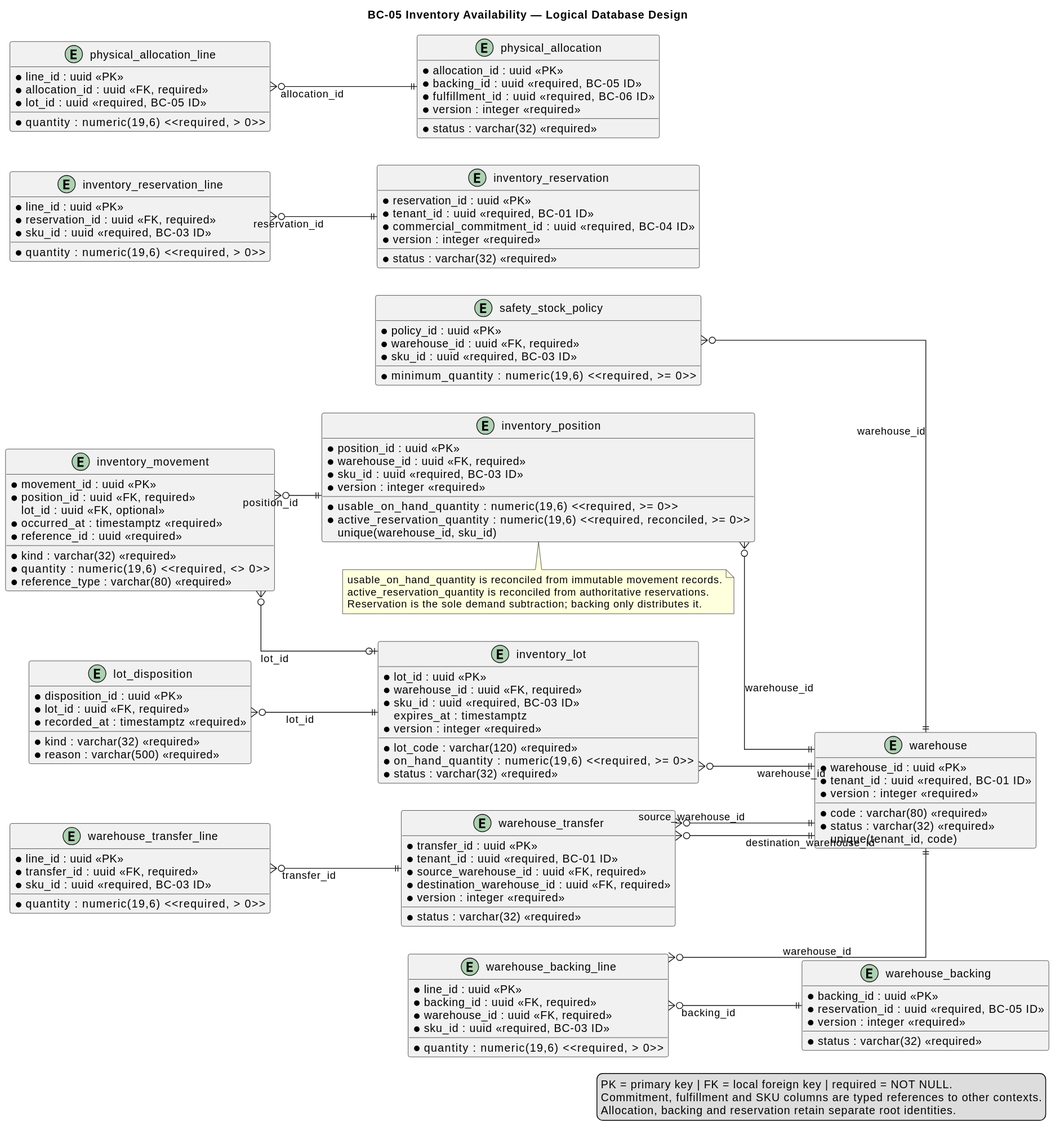
Earlier version of the PlantUML export report/assets/chapter-2/tactical/BC-05/database-diagram.svg (nexa-suite/mobile-report). The source it was exported from:
```plantuml
@startuml
title BC-05 Inventory Availability — Logical Database Design
left to right direction
skinparam shadowing false
skinparam linetype ortho
skinparam entity {
  BackgroundColor #F8FAFC
  BorderColor #334155
  FontColor #0F172A
}

entity "warehouse" as warehouse {
  * warehouse_id : uuid <<PK>>
  * tenant_id : uuid <<required, BC-01 ID>>
  * code : varchar(80) <<required>>
  * status : varchar(32) <<required>>
  * version : integer <<required>>
    unique(tenant_id, code)
}

entity "safety_stock_policy" as safety_stock_policy {
  * policy_id : uuid <<PK>>
  * warehouse_id : uuid <<FK, required>>
  * sku_id : uuid <<required, BC-03 ID>>
  * minimum_quantity : numeric(19,6) <<required, >= 0>>
}

entity "inventory_position" as inventory_position {
  * position_id : uuid <<PK>>
  * warehouse_id : uuid <<FK, required>>
  * sku_id : uuid <<required, BC-03 ID>>
  * usable_on_hand_quantity : numeric(19,6) <<required, >= 0>>
  * active_reservation_quantity : numeric(19,6) <<required, reconciled, >= 0>>
  * version : integer <<required>>
    unique(warehouse_id, sku_id)
}

entity "inventory_movement" as inventory_movement {
  * movement_id : uuid <<PK>>
  * position_id : uuid <<FK, required>>
    lot_id : uuid <<FK, optional>>
  * kind : varchar(32) <<required>>
  * quantity : numeric(19,6) <<required, <> 0>>
  * occurred_at : timestamptz <<required>>
  * reference_type : varchar(80) <<required>>
  * reference_id : uuid <<required>>
}

entity "inventory_lot" as inventory_lot {
  * lot_id : uuid <<PK>>
  * warehouse_id : uuid <<FK, required>>
  * sku_id : uuid <<required, BC-03 ID>>
  * lot_code : varchar(120) <<required>>
    expires_at : timestamptz
  * on_hand_quantity : numeric(19,6) <<required, >= 0>>
  * status : varchar(32) <<required>>
  * version : integer <<required>>
}

entity "lot_disposition" as lot_disposition {
  * disposition_id : uuid <<PK>>
  * lot_id : uuid <<FK, required>>
  * kind : varchar(32) <<required>>
  * reason : varchar(500) <<required>>
  * recorded_at : timestamptz <<required>>
}

entity "inventory_reservation" as inventory_reservation {
  * reservation_id : uuid <<PK>>
  * tenant_id : uuid <<required, BC-01 ID>>
  * commercial_commitment_id : uuid <<required, BC-04 ID>>
  * status : varchar(32) <<required>>
  * version : integer <<required>>
}

entity "inventory_reservation_line" as inventory_reservation_line {
  * line_id : uuid <<PK>>
  * reservation_id : uuid <<FK, required>>
  * sku_id : uuid <<required, BC-03 ID>>
  * quantity : numeric(19,6) <<required, > 0>>
}

entity "warehouse_backing" as warehouse_backing {
  * backing_id : uuid <<PK>>
  * reservation_id : uuid <<required, BC-05 ID>>
  * status : varchar(32) <<required>>
  * version : integer <<required>>
}

entity "warehouse_backing_line" as warehouse_backing_line {
  * line_id : uuid <<PK>>
  * backing_id : uuid <<FK, required>>
  * warehouse_id : uuid <<FK, required>>
  * sku_id : uuid <<required, BC-03 ID>>
  * quantity : numeric(19,6) <<required, > 0>>
}

entity "physical_allocation" as physical_allocation {
  * allocation_id : uuid <<PK>>
  * backing_id : uuid <<required, BC-05 ID>>
  * fulfillment_id : uuid <<required, BC-06 ID>>
  * status : varchar(32) <<required>>
  * version : integer <<required>>
}

entity "physical_allocation_line" as physical_allocation_line {
  * line_id : uuid <<PK>>
  * allocation_id : uuid <<FK, required>>
  * lot_id : uuid <<required, BC-05 ID>>
  * quantity : numeric(19,6) <<required, > 0>>
}

entity "warehouse_transfer" as warehouse_transfer {
  * transfer_id : uuid <<PK>>
  * tenant_id : uuid <<required, BC-01 ID>>
  * source_warehouse_id : uuid <<FK, required>>
  * destination_warehouse_id : uuid <<FK, required>>
  * status : varchar(32) <<required>>
  * version : integer <<required>>
}

entity "warehouse_transfer_line" as warehouse_transfer_line {
  * line_id : uuid <<PK>>
  * transfer_id : uuid <<FK, required>>
  * sku_id : uuid <<required, BC-03 ID>>
  * quantity : numeric(19,6) <<required, > 0>>
}

safety_stock_policy }o--|| warehouse : warehouse_id
inventory_position }o--|| warehouse : warehouse_id
inventory_movement }o--|| inventory_position : position_id
inventory_movement }o--o| inventory_lot : lot_id
inventory_lot }o--|| warehouse : warehouse_id
lot_disposition }o--|| inventory_lot : lot_id
inventory_reservation_line }o--|| inventory_reservation : reservation_id
warehouse_backing_line }o--|| warehouse_backing : backing_id
warehouse_backing_line }o--|| warehouse : warehouse_id
physical_allocation_line }o--|| physical_allocation : allocation_id
warehouse_transfer }o--|| warehouse : source_warehouse_id
warehouse_transfer }o--|| warehouse : destination_warehouse_id
warehouse_transfer_line }o--|| warehouse_transfer : transfer_id

note bottom of inventory_position
usable_on_hand_quantity is reconciled from immutable movement records.
active_reservation_quantity is reconciled from authoritative reservations.
Reservation is the sole demand subtraction; backing only distributes it.
end note

legend right
PK = primary key | FK = local foreign key | required = NOT NULL.
Commitment, fulfillment and SKU columns are typed references to other contexts.
Allocation, backing and reservation retain separate root identities.
endlegend
@enduml
```
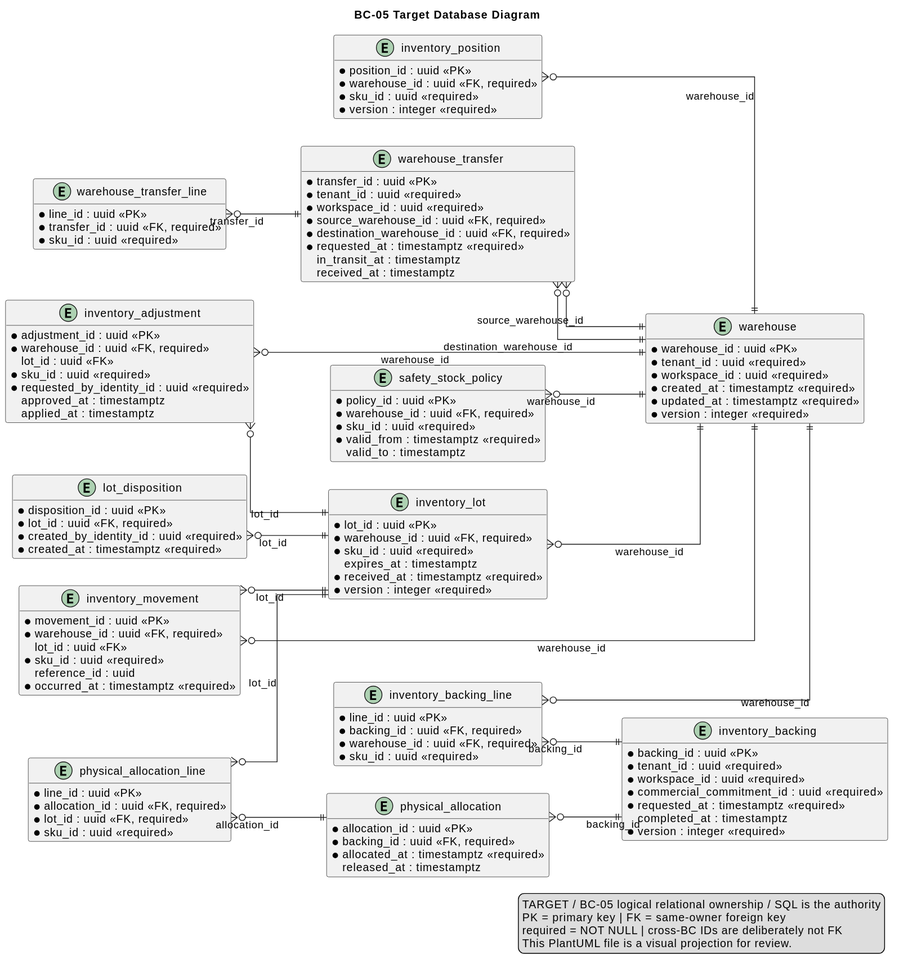
After the commit.

Diff of the diagram source:
```diff
@@ -1,6 +1,7 @@
 @startuml
-title BC-05 Inventory Availability — Logical Database Design
+title BC-05 Target Database Diagram
 left to right direction
+hide methods
 skinparam shadowing false
 skinparam linetype ortho
 skinparam entity {
@@ -9,146 +10,164 @@
   FontColor #0F172A
 }
 
-entity "warehouse" as warehouse {
+entity "warehouse" as t_warehouse {
   * warehouse_id : uuid <<PK>>
-  * tenant_id : uuid <<required, BC-01 ID>>
+  * tenant_id : uuid <<required>>
+  * workspace_id : uuid <<required>>
   * code : varchar(80) <<required>>
+  * name : varchar(160) <<required>>
   * status : varchar(32) <<required>>
-  * version : integer <<required>>
-    unique(tenant_id, code)
-}
-
-entity "safety_stock_policy" as safety_stock_policy {
-  * policy_id : uuid <<PK>>
-  * warehouse_id : uuid <<FK, required>>
-  * sku_id : uuid <<required, BC-03 ID>>
-  * minimum_quantity : numeric(19,6) <<required, >= 0>>
-}
-
-entity "inventory_position" as inventory_position {
-  * position_id : uuid <<PK>>
-  * warehouse_id : uuid <<FK, required>>
-  * sku_id : uuid <<required, BC-03 ID>>
-  * usable_on_hand_quantity : numeric(19,6) <<required, >= 0>>
-  * active_reservation_quantity : numeric(19,6) <<required, reconciled, >= 0>>
-  * version : integer <<required>>
-    unique(warehouse_id, sku_id)
-}
-
-entity "inventory_movement" as inventory_movement {
-  * movement_id : uuid <<PK>>
-  * position_id : uuid <<FK, required>>
-    lot_id : uuid <<FK, optional>>
-  * kind : varchar(32) <<required>>
-  * quantity : numeric(19,6) <<required, <> 0>>
-  * occurred_at : timestamptz <<required>>
-  * reference_type : varchar(80) <<required>>
-  * reference_id : uuid <<required>>
-}
-
-entity "inventory_lot" as inventory_lot {
-  * lot_id : uuid <<PK>>
-  * warehouse_id : uuid <<FK, required>>
-  * sku_id : uuid <<required, BC-03 ID>>
-  * lot_code : varchar(120) <<required>>
-    expires_at : timestamptz
-  * on_hand_quantity : numeric(19,6) <<required, >= 0>>
-  * status : varchar(32) <<required>>
+  * timezone : varchar(80) <<required>>
+  * created_at : timestamptz <<required>>
+  * updated_at : timestamptz <<required>>
   * version : integer <<required>>
 }
 
-entity "lot_disposition" as lot_disposition {
+entity "inventory_lot" as t_inventory_lot {
+  * lot_id : uuid <<PK>>
+  * warehouse_id : uuid <<FK, required>>
+  * sku_id : uuid <<required>>
+  * lot_code : varchar(120) <<required>>
+    expires_at : timestamptz
+  * on_hand_quantity : numeric(19,6) <<required>>
+  * held_quantity : numeric(19,6) <<required>>
+  * status : varchar(32) <<required>>
+  * received_at : timestamptz <<required>>
+  * version : integer <<required>>
+}
+
+entity "inventory_position" as t_inventory_position {
+  * position_id : uuid <<PK>>
+  * warehouse_id : uuid <<FK, required>>
+  * sku_id : uuid <<required>>
+  * on_hand_quantity : numeric(19,6) <<required>>
+  * reserved_quantity : numeric(19,6) <<required>>
+  * held_quantity : numeric(19,6) <<required>>
+  * version : integer <<required>>
+}
+
+entity "inventory_movement" as t_inventory_movement {
+  * movement_id : uuid <<PK>>
+  * warehouse_id : uuid <<FK, required>>
+    lot_id : uuid <<FK>>
+  * sku_id : uuid <<required>>
+  * kind : varchar(32) <<required>>
+  * quantity : numeric(19,6) <<required>>
+    reference_type : varchar(80)
+    reference_id : uuid
+  * occurred_at : timestamptz <<required>>
+}
+
+entity "safety_stock_policy" as t_safety_stock_policy {
+  * policy_id : uuid <<PK>>
+  * warehouse_id : uuid <<FK, required>>
+  * sku_id : uuid <<required>>
+  * minimum_quantity : numeric(19,6) <<required>>
+  * valid_from : timestamptz <<required>>
+    valid_to : timestamptz
+}
+
+entity "inventory_backing" as t_inventory_backing {
+  * backing_id : uuid <<PK>>
+  * tenant_id : uuid <<required>>
+  * workspace_id : uuid <<required>>
+  * commercial_commitment_id : uuid <<required>>
+  * status : varchar(32) <<required>>
+  * requested_at : timestamptz <<required>>
+    completed_at : timestamptz
+  * version : integer <<required>>
+}
+
+entity "inventory_backing_line" as t_inventory_backing_line {
+  * line_id : uuid <<PK>>
+  * backing_id : uuid <<FK, required>>
+  * warehouse_id : uuid <<FK, required>>
+  * sku_id : uuid <<required>>
+  * requested_quantity : numeric(19,6) <<required>>
+  * backed_quantity : numeric(19,6) <<required>>
+}
+
+entity "physical_allocation" as t_physical_allocation {
+  * allocation_id : uuid <<PK>>
+  * backing_id : uuid <<FK, required>>
+  * status : varchar(32) <<required>>
+  * allocated_at : timestamptz <<required>>
+    released_at : timestamptz
+}
+
+entity "physical_allocation_line" as t_physical_allocation_line {
+  * line_id : uuid <<PK>>
+  * allocation_id : uuid <<FK, required>>
+  * lot_id : uuid <<FK, required>>
+  * sku_id : uuid <<required>>
+  * quantity : numeric(19,6) <<required>>
+  * consumed_quantity : numeric(19,6) <<required>>
+}
+
+entity "inventory_adjustment" as t_inventory_adjustment {
+  * adjustment_id : uuid <<PK>>
+  * warehouse_id : uuid <<FK, required>>
+    lot_id : uuid <<FK>>
+  * sku_id : uuid <<required>>
+  * quantity_delta : numeric(19,6) <<required>>
+  * reason : varchar(500) <<required>>
+  * status : varchar(32) <<required>>
+  * requested_by_identity_id : uuid <<required>>
+    approved_at : timestamptz
+    applied_at : timestamptz
+}
+
+entity "warehouse_transfer" as t_warehouse_transfer {
+  * transfer_id : uuid <<PK>>
+  * tenant_id : uuid <<required>>
+  * workspace_id : uuid <<required>>
+  * source_warehouse_id : uuid <<FK, required>>
+  * destination_warehouse_id : uuid <<FK, required>>
+  * status : varchar(32) <<required>>
+  * requested_at : timestamptz <<required>>
+    in_transit_at : timestamptz
+    received_at : timestamptz
+}
+
+entity "warehouse_transfer_line" as t_warehouse_transfer_line {
+  * line_id : uuid <<PK>>
+  * transfer_id : uuid <<FK, required>>
+  * sku_id : uuid <<required>>
+  * quantity : numeric(19,6) <<required>>
+  * received_quantity : numeric(19,6) <<required>>
+}
+
+entity "lot_disposition" as t_lot_disposition {
   * disposition_id : uuid <<PK>>
   * lot_id : uuid <<FK, required>>
   * kind : varchar(32) <<required>>
   * reason : varchar(500) <<required>>
-  * recorded_at : timestamptz <<required>>
+  * quantity : numeric(19,6) <<required>>
+  * created_by_identity_id : uuid <<required>>
+  * created_at : timestamptz <<required>>
 }
 
-entity "inventory_reservation" as inventory_reservation {
-  * reservation_id : uuid <<PK>>
-  * tenant_id : uuid <<required, BC-01 ID>>
-  * commercial_commitment_id : uuid <<required, BC-04 ID>>
-  * status : varchar(32) <<required>>
-  * version : integer <<required>>
-}
-
-entity "inventory_reservation_line" as inventory_reservation_line {
-  * line_id : uuid <<PK>>
-  * reservation_id : uuid <<FK, required>>
-  * sku_id : uuid <<required, BC-03 ID>>
-  * quantity : numeric(19,6) <<required, > 0>>
-}
-
-entity "warehouse_backing" as warehouse_backing {
-  * backing_id : uuid <<PK>>
-  * reservation_id : uuid <<required, BC-05 ID>>
-  * status : varchar(32) <<required>>
-  * version : integer <<required>>
-}
-
-entity "warehouse_backing_line" as warehouse_backing_line {
-  * line_id : uuid <<PK>>
-  * backing_id : uuid <<FK, required>>
-  * warehouse_id : uuid <<FK, required>>
-  * sku_id : uuid <<required, BC-03 ID>>
-  * quantity : numeric(19,6) <<required, > 0>>
-}
-
-entity "physical_allocation" as physical_allocation {
-  * allocation_id : uuid <<PK>>
-  * backing_id : uuid <<required, BC-05 ID>>
-  * fulfillment_id : uuid <<required, BC-06 ID>>
-  * status : varchar(32) <<required>>
-  * version : integer <<required>>
-}
-
-entity "physical_allocation_line" as physical_allocation_line {
-  * line_id : uuid <<PK>>
-  * allocation_id : uuid <<FK, required>>
-  * lot_id : uuid <<required, BC-05 ID>>
-  * quantity : numeric(19,6) <<required, > 0>>
-}
-
-entity "warehouse_transfer" as warehouse_transfer {
-  * transfer_id : uuid <<PK>>
-  * tenant_id : uuid <<required, BC-01 ID>>
-  * source_warehouse_id : uuid <<FK, required>>
-  * destination_warehouse_id : uuid <<FK, required>>
-  * status : varchar(32) <<required>>
-  * version : integer <<required>>
-}
-
-entity "warehouse_transfer_line" as warehouse_transfer_line {
-  * line_id : uuid <<PK>>
-  * transfer_id : uuid <<FK, required>>
-  * sku_id : uuid <<required, BC-03 ID>>
-  * quantity : numeric(19,6) <<required, > 0>>
-}
-
-safety_stock_policy }o--|| warehouse : warehouse_id
-inventory_position }o--|| warehouse : warehouse_id
-inventory_movement }o--|| inventory_position : position_id
-inventory_movement }o--o| inventory_lot : lot_id
-inventory_lot }o--|| warehouse : warehouse_id
-lot_disposition }o--|| inventory_lot : lot_id
-inventory_reservation_line }o--|| inventory_reservation : reservation_id
-warehouse_backing_line }o--|| warehouse_backing : backing_id
-warehouse_backing_line }o--|| warehouse : warehouse_id
-physical_allocation_line }o--|| physical_allocation : allocation_id
-warehouse_transfer }o--|| warehouse : source_warehouse_id
-warehouse_transfer }o--|| warehouse : destination_warehouse_id
-warehouse_transfer_line }o--|| warehouse_transfer : transfer_id
-
-note bottom of inventory_position
-usable_on_hand_quantity is reconciled from immutable movement records.
-active_reservation_quantity is reconciled from authoritative reservations.
-Reservation is the sole demand subtraction; backing only distributes it.
-end note
+t_inventory_lot }o--|| t_warehouse : warehouse_id
+t_inventory_position }o--|| t_warehouse : warehouse_id
+t_inventory_movement }o--|| t_warehouse : warehouse_id
+t_inventory_movement }o--|| t_inventory_lot : lot_id
+t_safety_stock_policy }o--|| t_warehouse : warehouse_id
+t_inventory_backing_line }o--|| t_inventory_backing : backing_id
+t_inventory_backing_line }o--|| t_warehouse : warehouse_id
+t_physical_allocation }o--|| t_inventory_backing : backing_id
+t_physical_allocation_line }o--|| t_physical_allocation : allocation_id
+t_physical_allocation_line }o--|| t_inventory_lot : lot_id
+t_inventory_adjustment }o--|| t_warehouse : warehouse_id
+t_inventory_adjustment }o--|| t_inventory_lot : lot_id
+t_warehouse_transfer }o--|| t_warehouse : source_warehouse_id
+t_warehouse_transfer }o--|| t_warehouse : destination_warehouse_id
+t_warehouse_transfer_line }o--|| t_warehouse_transfer : transfer_id
+t_lot_disposition }o--|| t_inventory_lot : lot_id
 
 legend right
-PK = primary key | FK = local foreign key | required = NOT NULL.
-Commitment, fulfillment and SKU columns are typed references to other contexts.
-Allocation, backing and reservation retain separate root identities.
+TARGET / BC-05 logical relational ownership / SQL is the authority
+PK = primary key | FK = same-owner foreign key
+required = NOT NULL | cross-BC IDs are deliberately not FK
+This PlantUML file is a visual projection for review.
 endlegend
 @enduml
```
